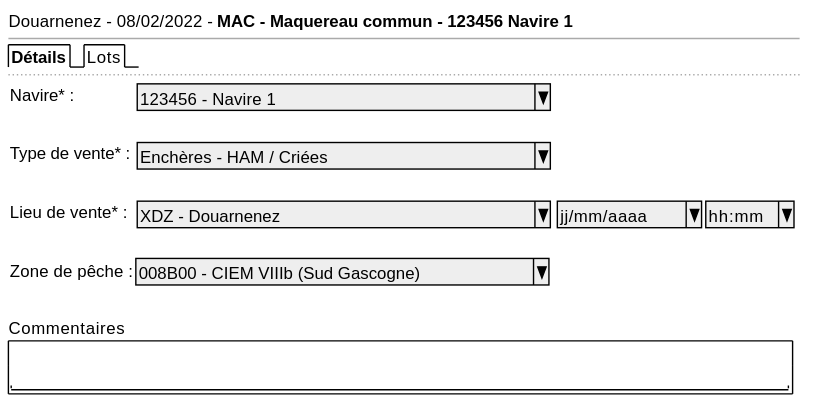
Above: projects/obsvente/spe/images/sale-details.svg in sumaris-net/sumaris-doc (PlantUML), before the change. Its source is kept beside it as projects/obsvente/spe/images/sale-details.puml.
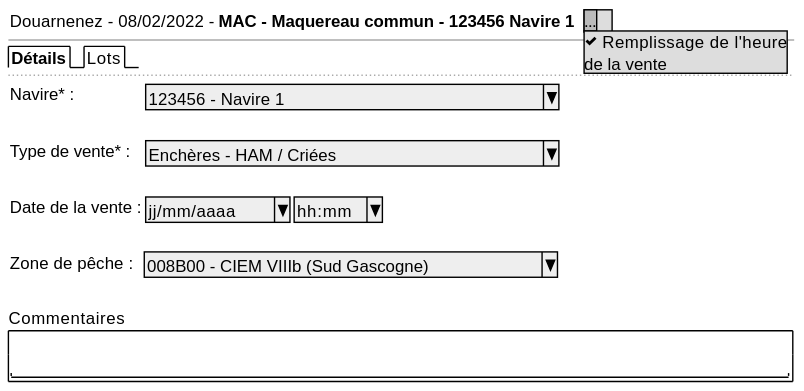
After the commit.

The edit, as a diff of the source:
```diff
@@ -1,8 +1,10 @@
 @startsalt
 {
-  Douarnenez - 08/02/2022 - <b>MAC - Maquereau commun - 123456 Navire 1
+  { Douarnenez - 08/02/2022 - <b>MAC - Maquereau commun - 123456 Navire 1  | . |   {* ...
+                                                                                   ... | <&check> Remplissage de l'heure | de la vente }
+                                                                                                                                                                                                                          }
   --
-  {/  <b>Détails | Lots}
+  {/  <b>Détails | Lots }
   ..
   {
 
@@ -10,7 +12,7 @@
       .
       Type de vente* :    | { ^Enchères - HAM / Criées            ^ }
       .
-      Lieu de vente* :     | { ^XDZ - Douarnenez                   ^ } | { ^ jj/mm/aaaa^  |  ^ hh:mm^ }
+      Date de la vente :   |  { ^ jj/mm/aaaa^  |  ^ hh:mm^ }
       .
       Zone de pêche :            | ^ 008B00 - CIEM VIIIb (Sud Gascogne)^
       .
```
